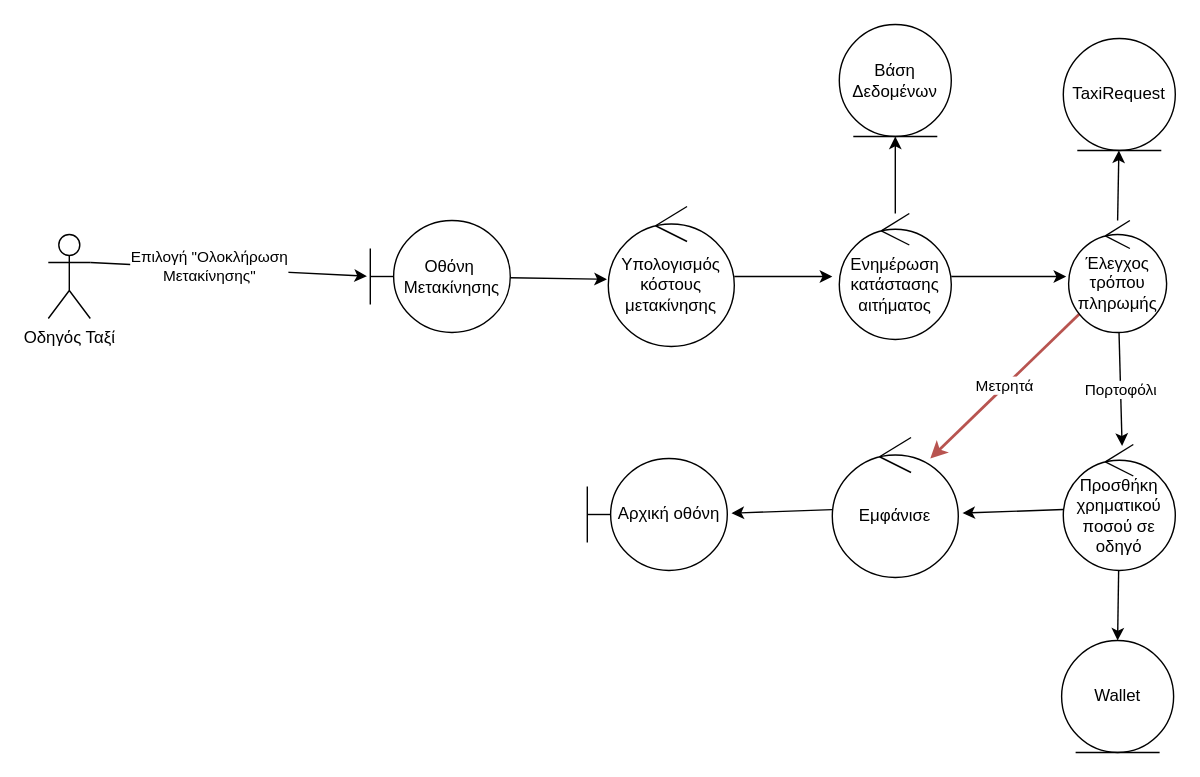
Nikolis2002/texnoligia_logismikou keeps this draw.io diagram as Part_2/Robustness/diagrams/10_Ολοκλήρωση_διαδρομής_Ταξί.drawio. Above is the earlier version. Source tidied: cells renumbered, new cells numbered last; positions are measured from the earlier drawing's top-left corner, leaving out a move shared by most shapes. Both pictures are drawn from the tidied source at 140%, with x=0, y=0 at pixel (48, 24).
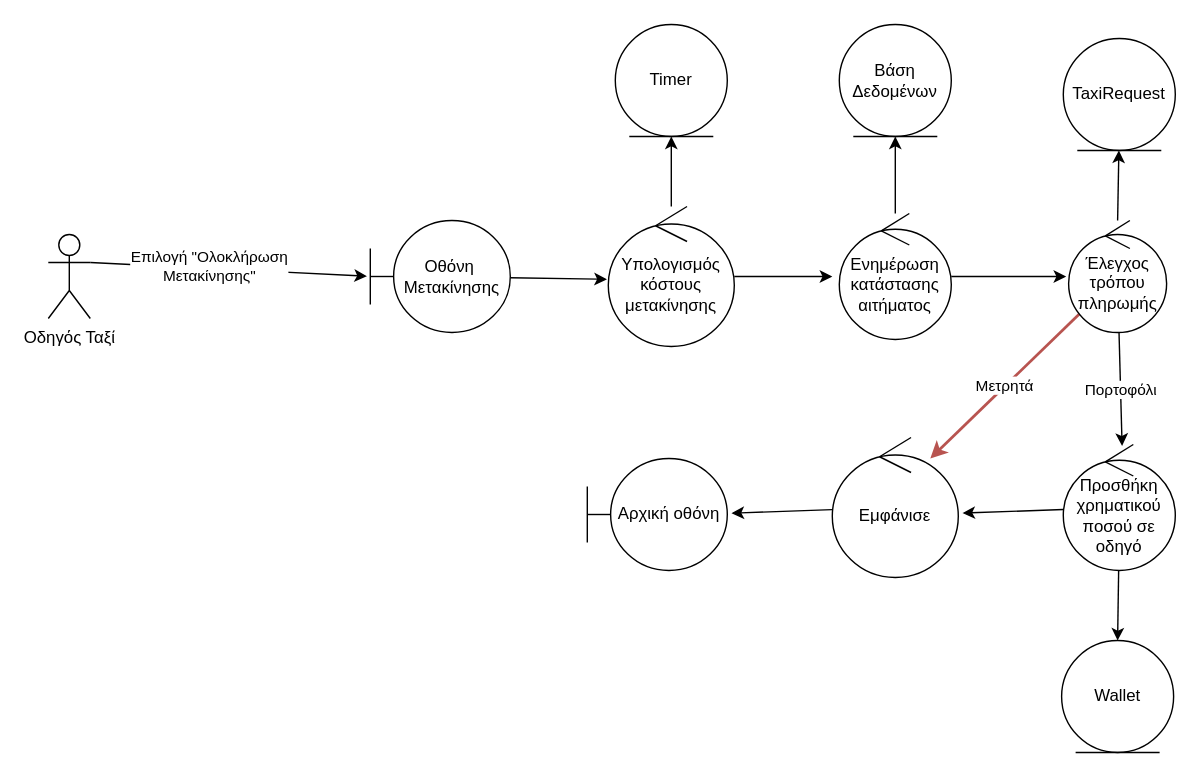
After the change.

The change refers to these unchanged cells:
```xml
<mxCell id="12" value="Υπολογισμός κόστους μετακίνησης" style="ellipse;shape=umlControl;whiteSpace=wrap;html=1;strokeWidth=1;" parent="1" vertex="1">
  <mxGeometry x="400" y="130" width="90" height="100" as="geometry" />
</mxCell>
```

The edit, as a diff of the source:
```diff
@@
+    <mxCell id="25" style="edgeStyle=none;html=1;entryX=0.5;entryY=1;entryDx=0;entryDy=0;" parent="1" edge="1" source="12" target="26">
+      <mxGeometry relative="1" as="geometry" />
+    </mxCell>
@@
+    <mxCell id="26" value="Timer" style="ellipse;shape=umlEntity;whiteSpace=wrap;html=1;strokeWidth=1;" parent="1" vertex="1">
+      <mxGeometry x="405" width="80" height="80" as="geometry" />
+    </mxCell>
```
